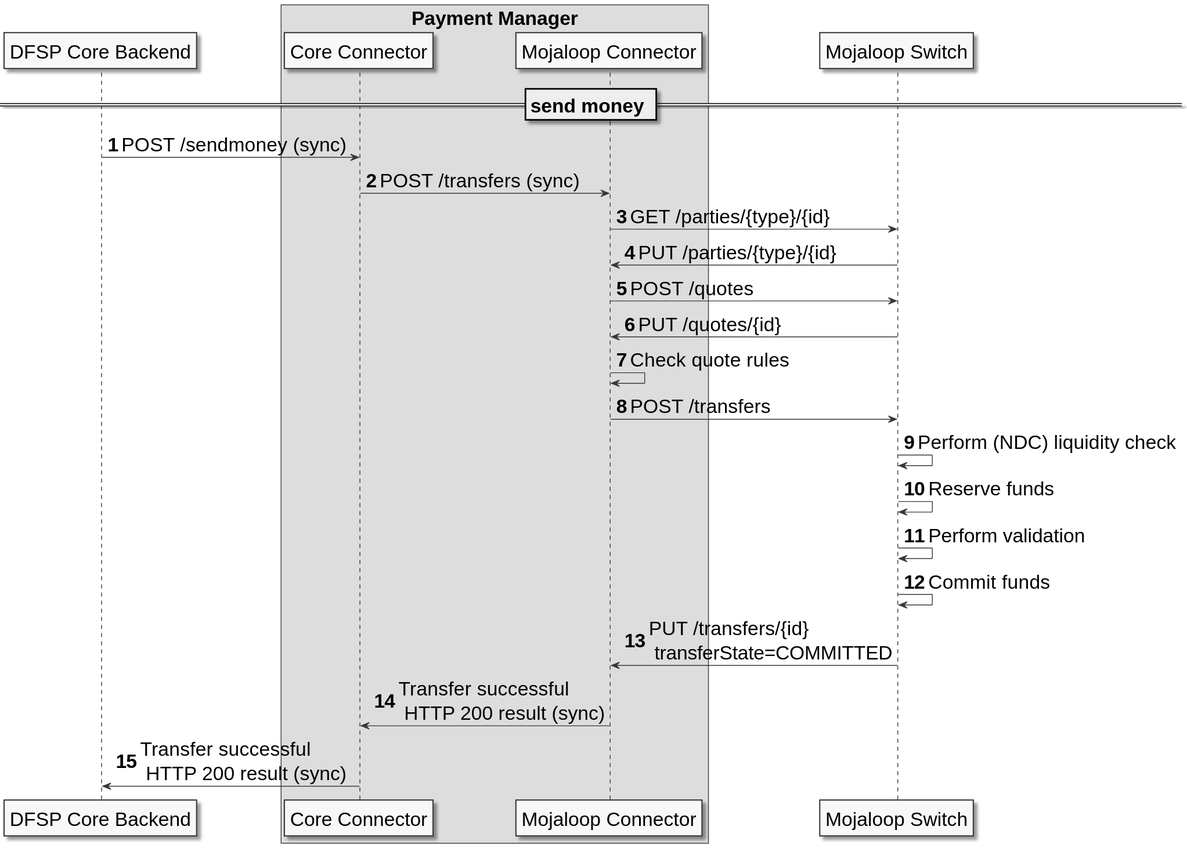
Before: modules/core_connector/images/PM4ML_CC_transfer_flow_payer_happy_path.svg, a diagram exported from PlantUML (pm4ml/documents). Source of this version:
```plantuml
@startuml

autonumber
skinparam activityFontSize 4
skinparam activityDiamondFontSize 30
skinparam activityArrowFontSize 24
skinparam defaultFontSize 24
skinparam noteFontSize 24
skinparam monochrome true

participant "DFSP Core Backend" as backend

box Payment Manager
participant "Core Connector" as cc
participant "Mojaloop Connector" as sob
end box

participant "Mojaloop Switch" as sw


== send money ==

    backend -> cc: POST /sendmoney (sync)
    cc->sob: POST /transfers (sync)
    sob -> sw: GET /parties/{type}/{id}
    sw -> sob: PUT /parties/{type}/{id}
    sob -> sw: POST /quotes
    sw -> sob: PUT /quotes/{id}
    sob -> sob: Check quote rules
    sob -> sw: POST /transfers
    sw -> sw: Perform (NDC) liquidity check
    sw -> sw: Reserve funds
    sw -> sw: Perform validation
    sw -> sw: Commit funds
    sw -> sob: PUT /transfers/{id} \n transferState=COMMITTED
    sob -> cc: Transfer successful \n HTTP 200 result (sync)
    cc -> backend: Transfer successful \n HTTP 200 result (sync)

@enduml
```
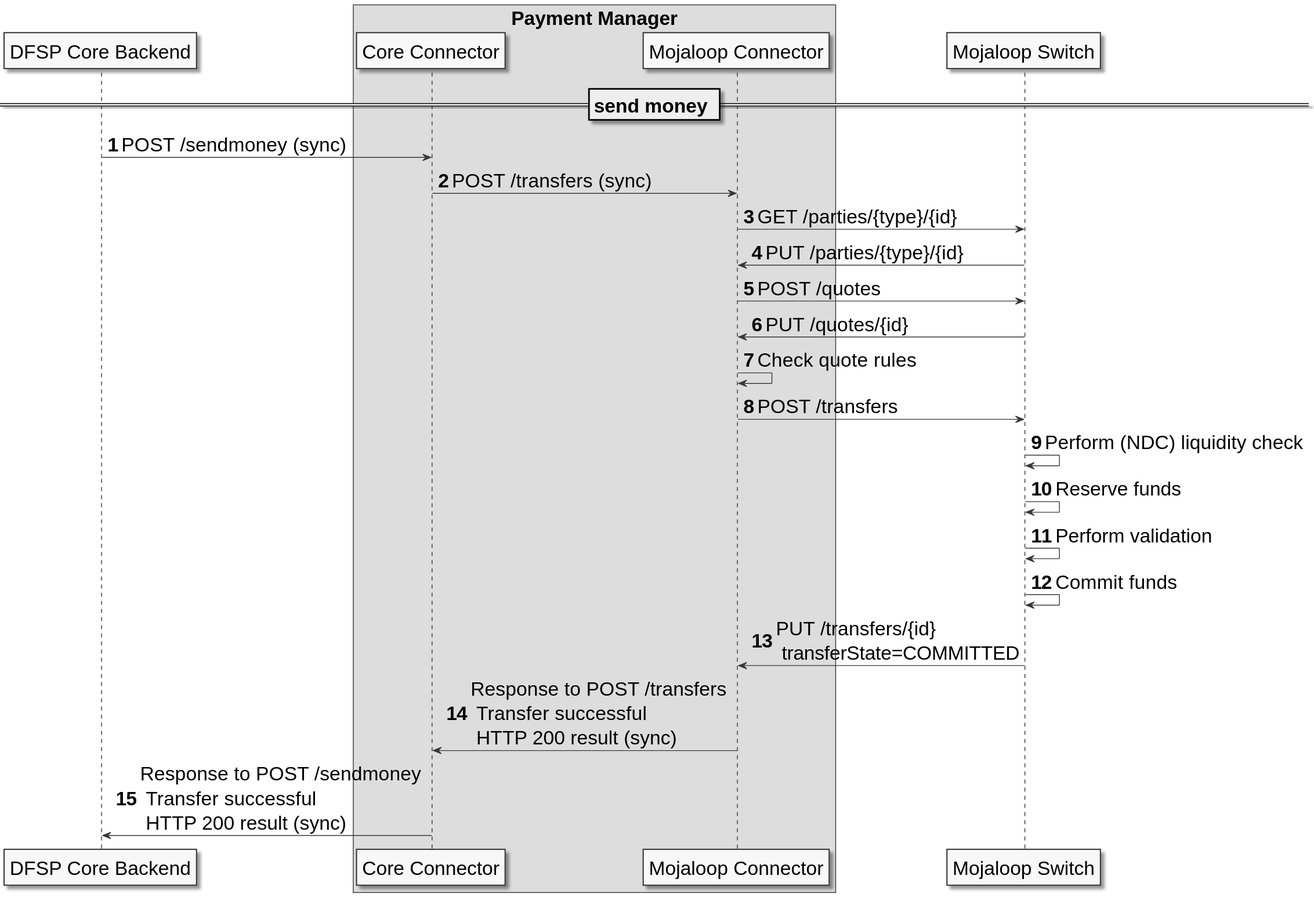
Later version of the same file.

What changed in the source:
```diff
@@ -33,7 +33,7 @@
     sw -> sw: Perform validation
     sw -> sw: Commit funds
     sw -> sob: PUT /transfers/{id} \n transferState=COMMITTED
-    sob -> cc: Transfer successful \n HTTP 200 result (sync)
-    cc -> backend: Transfer successful \n HTTP 200 result (sync)
+    sob -> cc: Response to POST /transfers \n Transfer successful \n HTTP 200 result (sync)
+    cc -> backend: Response to POST /sendmoney \n Transfer successful \n HTTP 200 result (sync)
 
 @enduml
```
